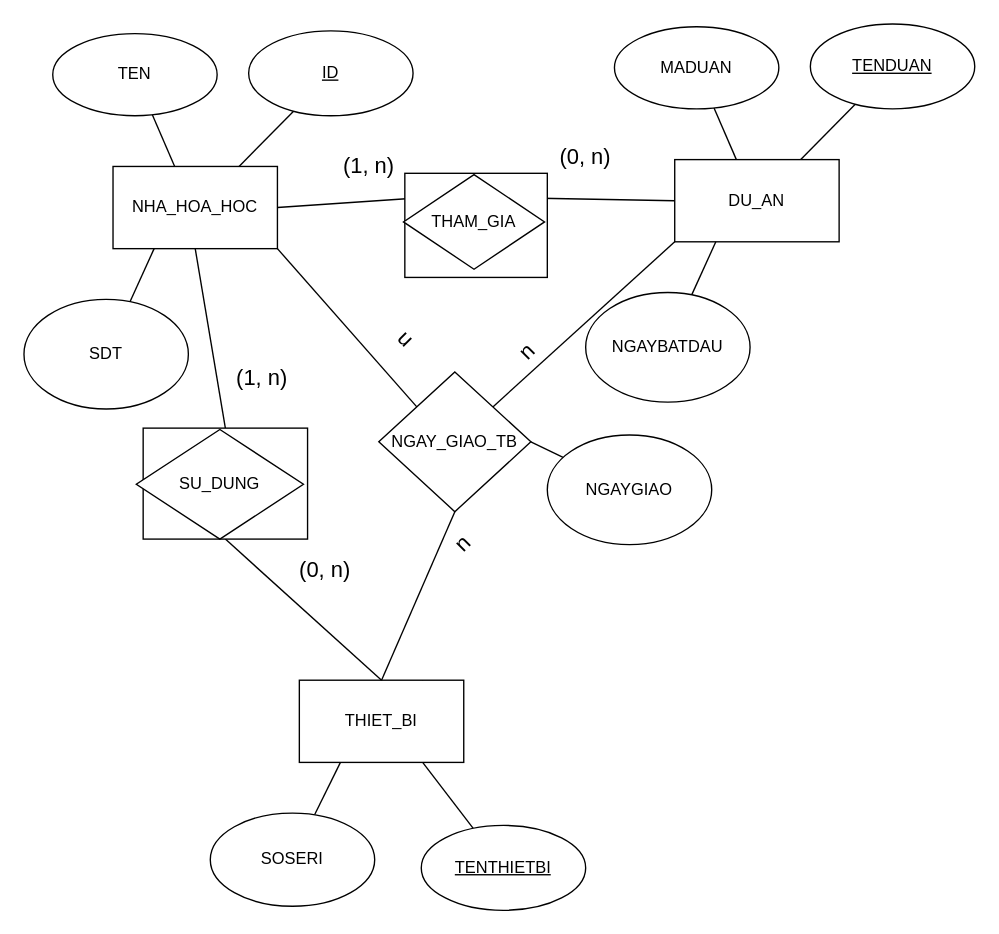
This is page "Trang-4" (4 of 6) of Biểu đồ không có tiêu đề.drawio from sjsjsmsmsj/DSAHust, a draw.io file, before an edit. Source tidied: cells renumbered, new cells numbered last; positions are measured from the earlier drawing's top-left corner, leaving out a move shared by most shapes. Both pictures are drawn from the tidied source at 137%, with x=0, y=0 at pixel (23, 23).
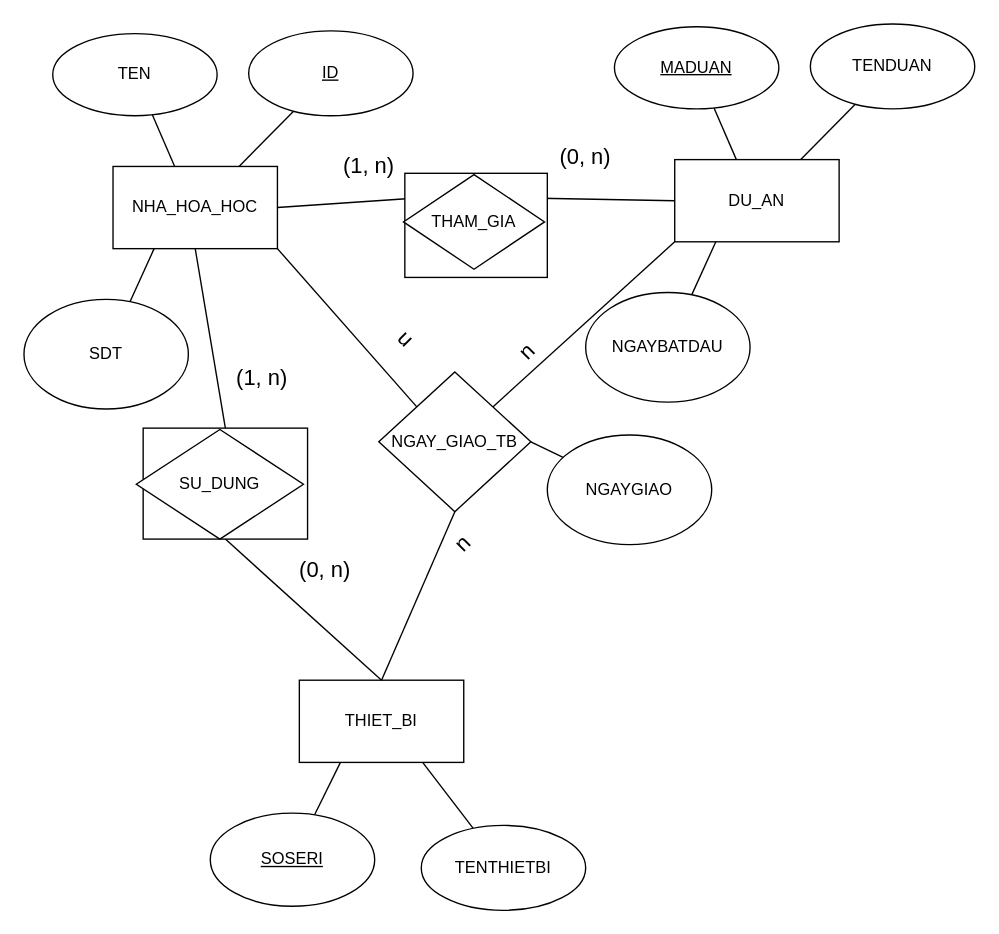
Above is the later version.

Commit message:
Cập nhật Biểu đồ không có tiêu đề.drawio

The edit, as a diff of the source:
```diff
@@
-    <mxCell id="11" value="&lt;u&gt;TENDUAN&lt;/u&gt;" style="ellipse;whiteSpace=wrap;html=1;" parent="1" vertex="1">
+    <mxCell id="11" value="TENDUAN" style="ellipse;whiteSpace=wrap;html=1;" parent="1" vertex="1">
       <mxGeometry x="574" width="120" height="62" as="geometry" />
     </mxCell>
@@
-    <mxCell id="13" value="MADUAN" style="ellipse;whiteSpace=wrap;html=1;" parent="1" vertex="1">
+    <mxCell id="13" value="&lt;u&gt;MADUAN&lt;/u&gt;" style="ellipse;whiteSpace=wrap;html=1;" parent="1" vertex="1">
       <mxGeometry x="431" y="2" width="120" height="60" as="geometry" />
     </mxCell>
@@
-    <mxCell id="19" value="&lt;u&gt;TENTHIETBI&lt;/u&gt;" style="ellipse;whiteSpace=wrap;html=1;" parent="1" vertex="1">
+    <mxCell id="19" value="TENTHIETBI" style="ellipse;whiteSpace=wrap;html=1;" parent="1" vertex="1">
       <mxGeometry x="290" y="585" width="120" height="62" as="geometry" />
     </mxCell>
@@
-    <mxCell id="21" value="SOSERI" style="ellipse;whiteSpace=wrap;html=1;" parent="1" vertex="1">
+    <mxCell id="21" value="&lt;u&gt;SOSERI&lt;/u&gt;" style="ellipse;whiteSpace=wrap;html=1;" parent="1" vertex="1">
       <mxGeometry x="136" y="576" width="120" height="68" as="geometry" />
     </mxCell>
```
